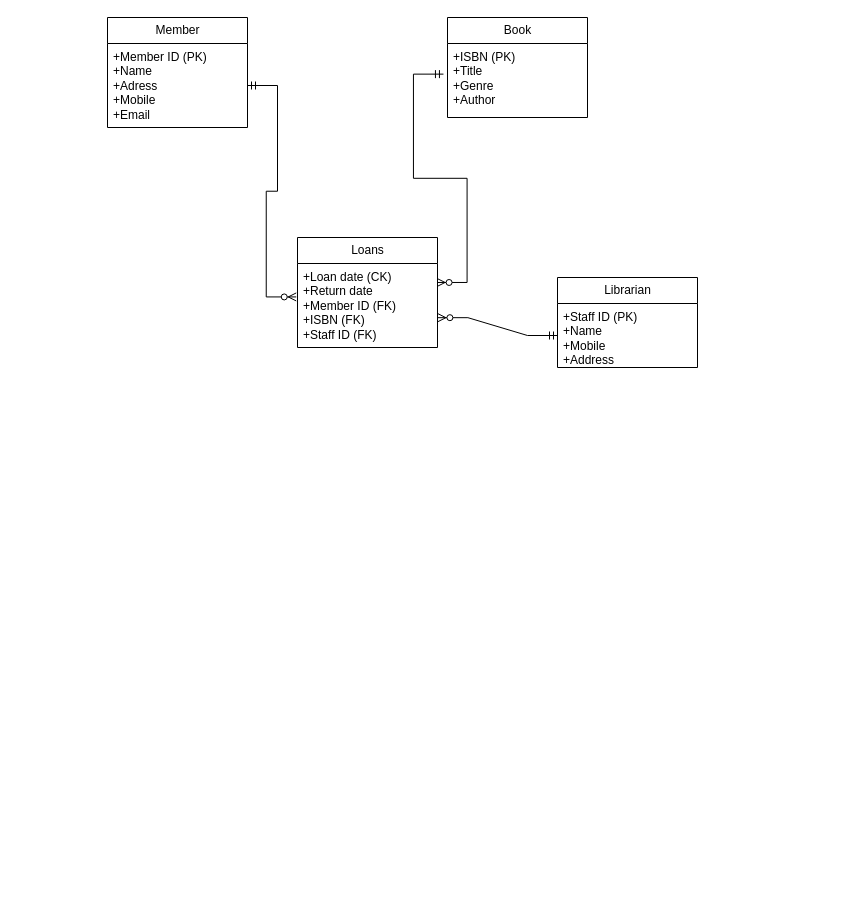
Above: Untitled Diagram.drawio in JasonDoan3/at1 (draw.io), before the change. Source tidied: cells renumbered, new cells numbered last; positions are measured from the earlier drawing's top-left corner, leaving out a move shared by most shapes. Both pictures are drawn from the tidied source at 100%, with x=0, y=0 at pixel (107, 17).
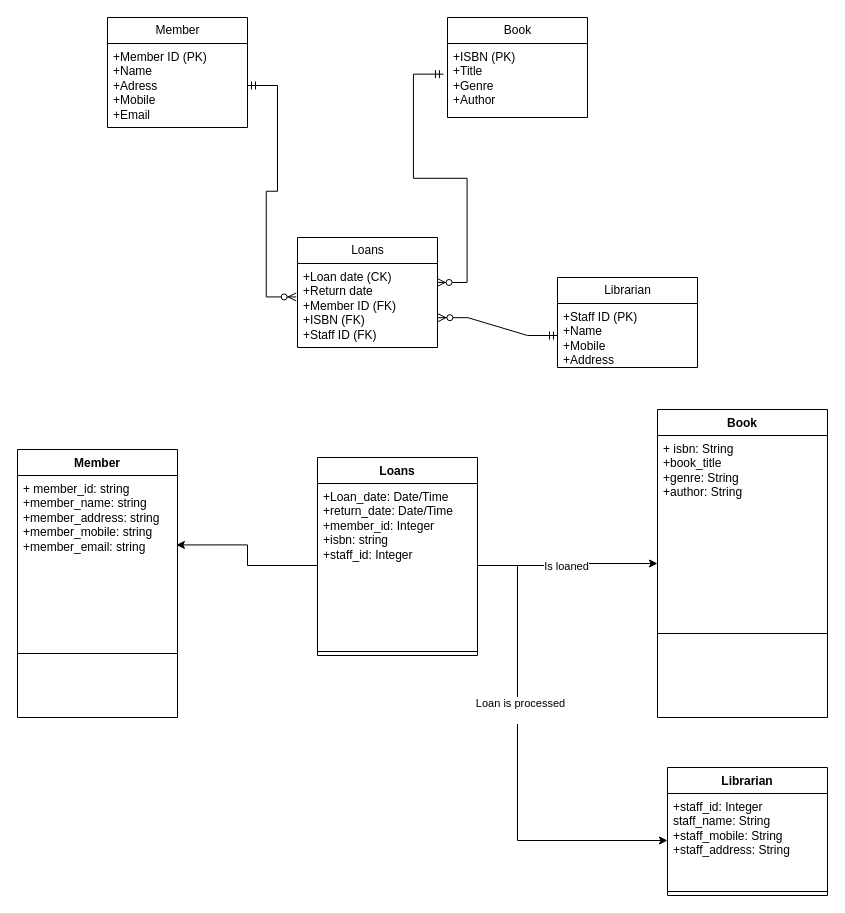
The same page after the edit.

Change to the diagram source:
```diff
@@
+    <mxCell id="13" value="Loans" style="swimlane;fontStyle=1;align=center;verticalAlign=top;horizontal=1;startSize=26;whiteSpace=wrap;html=1;" parent="1" vertex="1">
+      <mxGeometry x="210" y="440" width="160" height="198" as="geometry" />
+    </mxCell>
+    <mxCell id="14" value="+Loan_date: Date/Time&lt;div&gt;&lt;div&gt;+return_date: Date/Time&lt;/div&gt;&lt;/div&gt;&lt;div&gt;+member_id: Integer&lt;/div&gt;&lt;div&gt;+isbn: string&lt;/div&gt;&lt;div&gt;+staff_id: Integer&lt;/div&gt;" style="text;strokeColor=none;fillColor=none;align=left;verticalAlign=top;spacingLeft=4;spacingRight=4;overflow=hidden;points=[[0,0.5],[1,0.5]];portConstraint=eastwest;whiteSpace=wrap;html=1;" parent="13" vertex="1">
+      <mxGeometry y="26" width="160" height="164" as="geometry" />
+    </mxCell>
+    <mxCell id="15" style="line;strokeWidth=1;fillColor=none;align=left;verticalAlign=middle;spacingTop=-1;spacingLeft=3;spacingRight=3;labelPosition=right;strokeColor=inherit;" parent="13" vertex="1">
+      <mxGeometry y="190" width="160" height="8" as="geometry" />
+    </mxCell>
+    <mxCell id="16" value="Book" style="swimlane;fontStyle=1;align=center;verticalAlign=top;horizontal=1;startSize=26;whiteSpace=wrap;html=1;" parent="1" vertex="1">
+      <mxGeometry x="550" y="392" width="170" height="308" as="geometry" />
+    </mxCell>
+    <mxCell id="17" value="+ isbn: String&lt;div&gt;+book_title&lt;/div&gt;&lt;div&gt;+genre: String&lt;/div&gt;&lt;div&gt;+author: String&lt;/div&gt;" style="text;strokeColor=none;fillColor=none;align=left;verticalAlign=top;spacingLeft=4;spacingRight=4;overflow=hidden;whiteSpace=wrap;html=1;" parent="16" vertex="1">
+      <mxGeometry y="26" width="170" height="114" as="geometry" />
+    </mxCell>
+    <mxCell id="18" style="line;strokeWidth=1;fillColor=none;align=left;verticalAlign=middle;spacingTop=-1;spacingLeft=3;spacingRight=3;labelPosition=right;strokeColor=inherit;" parent="16" vertex="1">
+      <mxGeometry y="140" width="170" height="168" as="geometry" />
+    </mxCell>
+    <mxCell id="19" value="Librarian" style="swimlane;fontStyle=1;align=center;verticalAlign=top;horizontal=1;startSize=26;whiteSpace=wrap;html=1;" parent="1" vertex="1">
+      <mxGeometry x="560" y="750" width="160" height="128" as="geometry" />
+    </mxCell>
+    <mxCell id="20" value="+staff_id: Integer&lt;div&gt;staff_name: String&lt;/div&gt;&lt;div&gt;+staff_mobile: String&lt;/div&gt;&lt;div&gt;+staff_address: String&lt;/div&gt;&lt;div&gt;&lt;br&gt;&lt;/div&gt;" style="text;strokeColor=none;fillColor=none;align=left;verticalAlign=top;spacingLeft=4;spacingRight=4;overflow=hidden;points=[[0,0.5],[1,0.5]];portConstraint=eastwest;whiteSpace=wrap;html=1;" parent="19" vertex="1">
+      <mxGeometry y="26" width="160" height="94" as="geometry" />
+    </mxCell>
+    <mxCell id="21" style="line;strokeWidth=1;fillColor=none;align=left;verticalAlign=middle;spacingTop=-1;spacingLeft=3;spacingRight=3;labelPosition=right;strokeColor=inherit;" parent="19" vertex="1">
+      <mxGeometry y="120" width="160" height="8" as="geometry" />
+    </mxCell>
+    <mxCell id="22" value="Member" style="swimlane;fontStyle=1;align=center;verticalAlign=top;horizontal=1;startSize=26;whiteSpace=wrap;html=1;" parent="1" vertex="1">
+      <mxGeometry x="-90" y="432" width="160" height="268" as="geometry" />
+    </mxCell>
+    <mxCell id="23" value="+ member_id: string&lt;div&gt;+member_name: string&lt;/div&gt;&lt;div&gt;+member_address: string&lt;/div&gt;&lt;div&gt;+member_mobile: string&lt;/div&gt;&lt;div&gt;+member_email: string&lt;/div&gt;" style="text;strokeColor=none;fillColor=none;align=left;verticalAlign=top;spacingLeft=4;spacingRight=4;overflow=hidden;points=[[0,0.5],[1,0.5]];portConstraint=eastwest;whiteSpace=wrap;html=1;" parent="22" vertex="1">
+      <mxGeometry y="26" width="160" height="114" as="geometry" />
+    </mxCell>
+    <mxCell id="24" style="line;strokeWidth=1;fillColor=none;align=left;verticalAlign=middle;spacingTop=-1;spacingLeft=3;spacingRight=3;labelPosition=right;strokeColor=inherit;" parent="22" vertex="1">
+      <mxGeometry y="140" width="160" height="128" as="geometry" />
+    </mxCell>
+    <mxCell id="25" style="edgeStyle=orthogonalEdgeStyle;rounded=0;jettySize=auto;html=1;entryX=0;entryY=0.5;entryDx=0;entryDy=0;" parent="1" edge="1" source="14" target="16">
+      <mxGeometry relative="1" as="geometry" />
+    </mxCell>
+    <mxCell id="26" value="&lt;div&gt;Is loaned&lt;/div&gt;" style="edgeLabel;html=1;align=center;verticalAlign=middle;" parent="25" vertex="1">
+      <mxGeometry x="-0.03" relative="1" as="geometry" />
+    </mxCell>
+    <mxCell id="27" style="edgeStyle=orthogonalEdgeStyle;rounded=0;jettySize=auto;html=1;entryX=0.993;entryY=0.609;entryDx=0;entryDy=0;entryPerimeter=0;" parent="1" edge="1" source="14" target="23">
+      <mxGeometry relative="1" as="geometry" />
+    </mxCell>
+    <mxCell id="28" style="edgeStyle=orthogonalEdgeStyle;rounded=0;jettySize=auto;html=1;entryX=0;entryY=0.5;entryDx=0;entryDy=0;" parent="1" edge="1" source="14" target="20">
+      <mxGeometry relative="1" as="geometry">
+        <Array as="points">
+          <mxPoint x="410" y="548" />
+          <mxPoint x="410" y="823" />
+        </Array>
+      </mxGeometry>
+    </mxCell>
+    <mxCell id="29" value="Loan is processed&lt;div&gt;&lt;br&gt;&lt;/div&gt;" style="edgeLabel;html=1;align=center;verticalAlign=middle;" parent="28" vertex="1">
+      <mxGeometry x="-0.21" y="2" relative="1" as="geometry" />
+    </mxCell>
```
